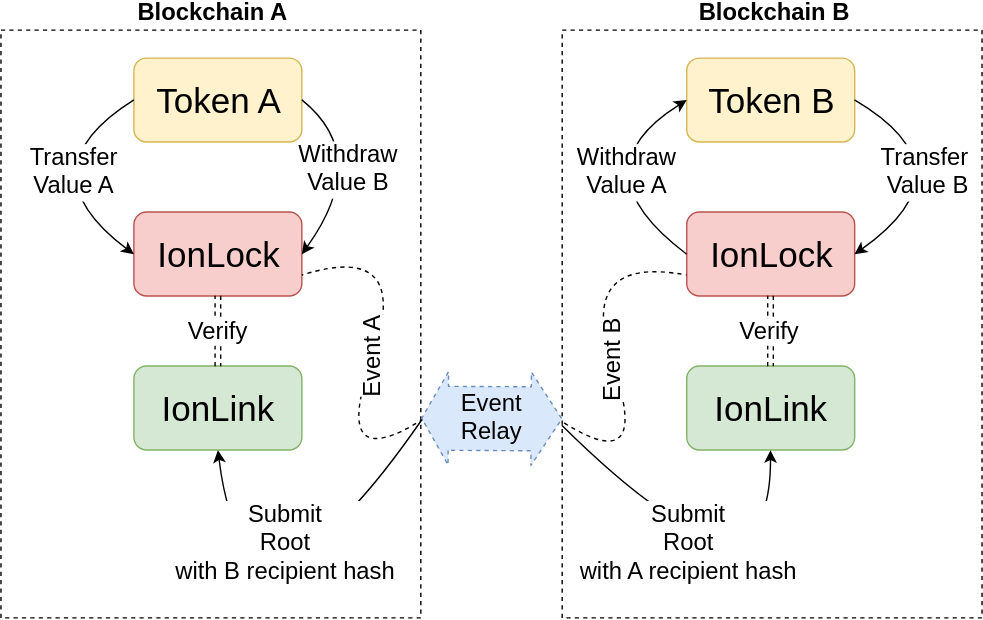
The draw.io diagram IonDiagram.svg in clearmatics/ion, before a commit. Source tidied: cells renumbered, new cells last; positions are measured from the earlier drawing's top-left corner, leaving out a move shared by most shapes. Its diagram source:
```xml
<mxGraphModel background="#ffffff">
  <root>
    <mxCell id="0" />
    <mxCell id="1" parent="0" />
    <mxCell id="2" value="&lt;b&gt;Blockchain A&lt;/b&gt;" style="rounded=0;whiteSpace=wrap;html=1;fontSize=17;dashed=1;labelBackgroundColor=none;fontColor=#000000;labelPosition=center;verticalLabelPosition=top;align=center;verticalAlign=bottom;" parent="1" vertex="1">
      <mxGeometry width="300" height="420" as="geometry" />
    </mxCell>
    <mxCell id="3" value="&lt;b&gt;Blockchain B&lt;/b&gt;" style="rounded=0;whiteSpace=wrap;html=1;fontSize=17;dashed=1;labelBackgroundColor=none;fontColor=#000000;labelPosition=center;verticalLabelPosition=top;align=center;verticalAlign=bottom;" parent="1" vertex="1">
      <mxGeometry x="401" width="300" height="420" as="geometry" />
    </mxCell>
    <mxCell id="4" value="Token A" style="rounded=1;whiteSpace=wrap;html=1;fontSize=25;fillColor=#fff2cc;strokeColor=#d6b656;" parent="1" vertex="1">
      <mxGeometry x="95" y="20" width="120" height="60" as="geometry" />
    </mxCell>
    <mxCell id="5" value="IonLock" style="rounded=1;whiteSpace=wrap;html=1;fontSize=25;fillColor=#f8cecc;strokeColor=#b85450;" parent="1" vertex="1">
      <mxGeometry x="95" y="130" width="120" height="60" as="geometry" />
    </mxCell>
    <mxCell id="6" value="IonLink" style="rounded=1;whiteSpace=wrap;html=1;fontSize=25;fillColor=#d5e8d4;strokeColor=#82b366;" parent="1" vertex="1">
      <mxGeometry x="95" y="240" width="120" height="60" as="geometry" />
    </mxCell>
    <mxCell id="7" value="Transfer&lt;br&gt;Value A" style="endArrow=none;startArrow=classic;html=1;fontSize=17;entryX=0;entryY=0.5;exitX=0;exitY=0.5;endFill=0;curved=1;align=center;labelPosition=right;verticalLabelPosition=middle;verticalAlign=middle;spacingRight=0;spacingLeft=70;" parent="1" edge="1" source="5" target="4">
      <mxGeometry relative="1" as="geometry">
        <Array as="points">
          <mxPoint x="15" y="100" />
        </Array>
      </mxGeometry>
    </mxCell>
    <mxCell id="8" value="Event A" style="endArrow=none;dashed=1;fontSize=17;entryX=1;entryY=0.75;curved=1;verticalAlign=middle;labelPosition=center;verticalLabelPosition=middle;align=center;labelBorderColor=none;horizontal=0;labelBackgroundColor=#ffffff;html=1;exitX=1.007;exitY=0.661;exitPerimeter=0;" parent="1" edge="1" source="2" target="5">
      <mxGeometry relative="1" as="geometry">
        <Array as="points">
          <mxPoint x="235" y="320" />
          <mxPoint x="295" y="150" />
        </Array>
      </mxGeometry>
    </mxCell>
    <mxCell id="9" value="Submit&lt;br&gt;Root&lt;br&gt;with B recipient hash" style="endArrow=none;html=1;labelBackgroundColor=#ffffff;fontSize=17;exitX=0.5;exitY=1;curved=1;startArrow=classic;startFill=1;labelPosition=center;verticalLabelPosition=middle;align=center;verticalAlign=middle;spacing=2;spacingBottom=0;spacingLeft=0;spacingRight=150;entryX=1.003;entryY=0.663;entryPerimeter=0;" parent="1" edge="1" source="6" target="2">
      <mxGeometry x="0.55" y="-31" relative="1" as="geometry">
        <Array as="points">
          <mxPoint x="175" y="460" />
        </Array>
      </mxGeometry>
    </mxCell>
    <mxCell id="10" value="Verify" style="shape=link;html=1;labelBackgroundColor=#ffffff;startArrow=classic;startFill=1;endArrow=none;endFill=0;jettySize=auto;fontSize=17;align=center;entryX=0.5;entryY=1;exitX=0.5;exitY=0;dashed=1;" parent="1" edge="1" source="6" target="5">
      <mxGeometry relative="1" as="geometry" />
    </mxCell>
    <mxCell id="11" value="Token B" style="rounded=1;whiteSpace=wrap;html=1;fontSize=25;fillColor=#fff2cc;strokeColor=#d6b656;" parent="1" vertex="1">
      <mxGeometry x="490" y="20" width="120" height="60" as="geometry" />
    </mxCell>
    <mxCell id="12" value="IonLock" style="rounded=1;whiteSpace=wrap;html=1;fontSize=25;fillColor=#f8cecc;strokeColor=#b85450;" parent="1" vertex="1">
      <mxGeometry x="490" y="130" width="120" height="60" as="geometry" />
    </mxCell>
    <mxCell id="13" value="IonLink" style="rounded=1;whiteSpace=wrap;html=1;fontSize=25;fillColor=#d5e8d4;strokeColor=#82b366;" parent="1" vertex="1">
      <mxGeometry x="490" y="240" width="120" height="60" as="geometry" />
    </mxCell>
    <mxCell id="14" value="Transfer&lt;br&gt;Value B" style="endArrow=none;startArrow=classic;html=1;fontSize=17;entryX=1;entryY=0.5;exitX=1;exitY=0.5;endFill=0;curved=1;align=right;labelPosition=left;verticalLabelPosition=middle;verticalAlign=middle;" parent="1" edge="1" source="12" target="11">
      <mxGeometry relative="1" as="geometry">
        <Array as="points">
          <mxPoint x="695" y="100" />
        </Array>
      </mxGeometry>
    </mxCell>
    <mxCell id="15" value="Event B" style="endArrow=none;dashed=1;fontSize=17;entryX=0;entryY=0.75;curved=1;exitX=0.005;exitY=0.668;verticalAlign=middle;labelPosition=center;verticalLabelPosition=middle;align=center;labelBorderColor=none;horizontal=0;labelBackgroundColor=#ffffff;html=1;exitPerimeter=0;" parent="1" edge="1" source="3" target="12">
      <mxGeometry relative="1" as="geometry">
        <Array as="points">
          <mxPoint x="465" y="320" />
          <mxPoint x="410" y="160" />
        </Array>
      </mxGeometry>
    </mxCell>
    <mxCell id="16" value="Submit&lt;br&gt;Root&lt;br&gt;with A recipient hash" style="endArrow=none;html=1;labelBackgroundColor=#ffffff;fontSize=17;exitX=0.5;exitY=1;curved=1;entryX=-0.001;entryY=0.672;startArrow=classic;startFill=1;labelPosition=center;verticalLabelPosition=middle;align=center;verticalAlign=middle;spacing=2;spacingBottom=70;spacingLeft=0;spacingRight=60;entryPerimeter=0;" parent="1" edge="1" source="13" target="3">
      <mxGeometry relative="1" as="geometry">
        <Array as="points">
          <mxPoint x="550" y="430" />
        </Array>
      </mxGeometry>
    </mxCell>
    <mxCell id="17" value="Verify" style="shape=link;html=1;labelBackgroundColor=#ffffff;startArrow=classic;startFill=1;endArrow=none;endFill=0;jettySize=auto;fontSize=17;align=center;entryX=0.5;entryY=1;exitX=0.5;exitY=0;dashed=1;" parent="1" edge="1" source="13" target="12">
      <mxGeometry relative="1" as="geometry" />
    </mxCell>
    <mxCell id="18" value="Withdraw&lt;br&gt;Value B" style="endArrow=none;startArrow=classic;html=1;fontSize=17;entryX=1;entryY=0.5;exitX=1;exitY=0.5;endFill=0;curved=1;align=center;labelPosition=left;verticalLabelPosition=middle;verticalAlign=middle;spacingRight=20;spacingLeft=0;" parent="1" edge="1" source="5" target="4">
      <mxGeometry relative="1" as="geometry">
        <Array as="points">
          <mxPoint x="265" y="90" />
        </Array>
      </mxGeometry>
    </mxCell>
    <mxCell id="19" value="Withdraw&lt;br&gt;Value A" style="endArrow=classic;startArrow=none;html=1;fontSize=17;exitX=0;exitY=0.5;endFill=1;curved=1;align=center;labelPosition=right;verticalLabelPosition=middle;verticalAlign=middle;spacingRight=0;spacingLeft=70;startFill=0;" parent="1" edge="1">
      <mxGeometry relative="1" as="geometry">
        <mxPoint x="490" y="160.1" as="sourcePoint" />
        <mxPoint x="490" y="50" as="targetPoint" />
        <Array as="points">
          <mxPoint x="410" y="100" />
        </Array>
      </mxGeometry>
    </mxCell>
    <mxCell id="20" value="Event&lt;br&gt;Relay" style="shape=flexArrow;endArrow=classic;startArrow=classic;html=1;fillColor=#dae8fc;dashed=1;labelBackgroundColor=none;fontSize=17;fontColor=#000000;align=center;width=45.714285714285715;endSize=6.982857142857143;exitX=1;exitY=0.66;exitPerimeter=0;entryX=0.001;entryY=0.662;entryPerimeter=0;strokeColor=#6c8ebf;" parent="1" edge="1" source="2" target="3">
      <mxGeometry relative="1" as="geometry" />
    </mxCell>
  </root>
</mxGraphModel>
```
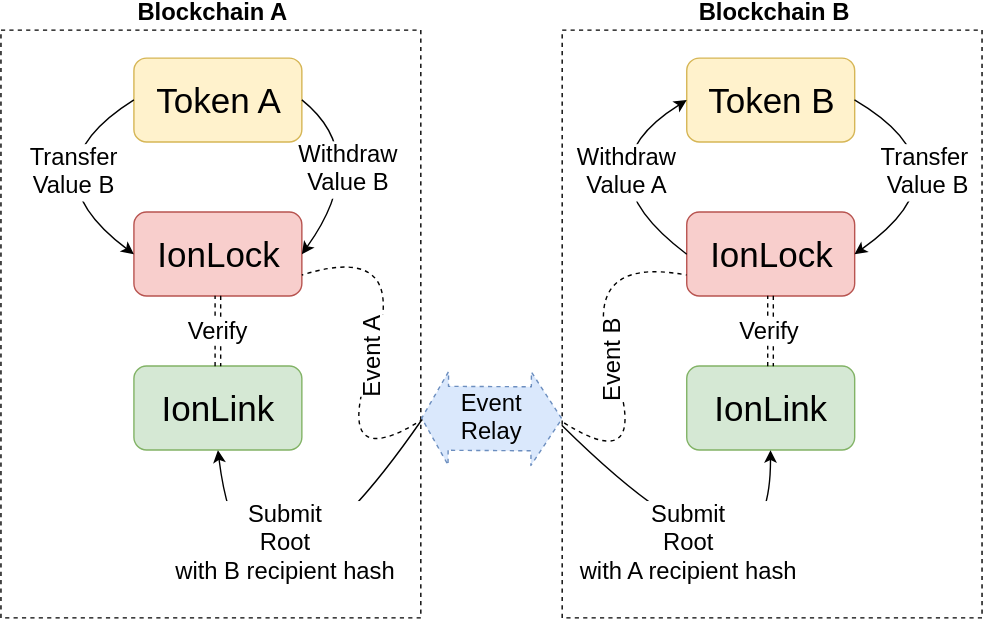
The same file after the commit.

Change to the diagram source:
```diff
@@ -17,7 +17,7 @@
     <mxCell id="6" value="IonLink" style="rounded=1;whiteSpace=wrap;html=1;fontSize=25;fillColor=#d5e8d4;strokeColor=#82b366;" parent="1" vertex="1">
       <mxGeometry x="95" y="240" width="120" height="60" as="geometry" />
     </mxCell>
-    <mxCell id="7" value="Transfer&lt;br&gt;Value A" style="endArrow=none;startArrow=classic;html=1;fontSize=17;entryX=0;entryY=0.5;exitX=0;exitY=0.5;endFill=0;curved=1;align=center;labelPosition=right;verticalLabelPosition=middle;verticalAlign=middle;spacingRight=0;spacingLeft=70;" parent="1" edge="1" source="5" target="4">
+    <mxCell id="7" value="Transfer&lt;br&gt;Value B" style="endArrow=none;startArrow=classic;html=1;fontSize=17;entryX=0;entryY=0.5;exitX=0;exitY=0.5;endFill=0;curved=1;align=center;labelPosition=right;verticalLabelPosition=middle;verticalAlign=middle;spacingRight=0;spacingLeft=70;" parent="1" edge="1" source="5" target="4">
       <mxGeometry relative="1" as="geometry">
         <Array as="points">
           <mxPoint x="15" y="100" />
```
